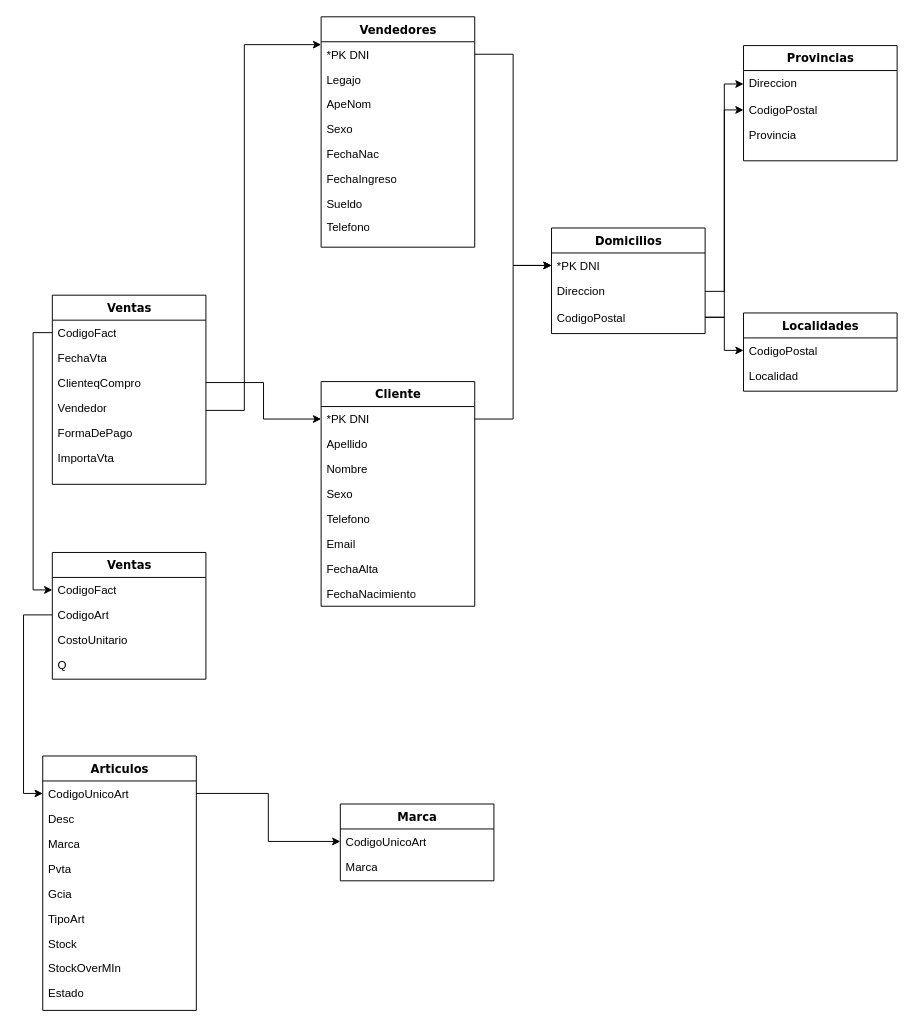
Before: Diagram TP1A V3.drawio in MATUKE23/LABIII, a draw.io diagram. Source tidied: cells renumbered, new cells numbered last; positions are measured from the earlier drawing's top-left corner, leaving out a move shared by most shapes. Both pictures are drawn from the tidied source at 96%, with x=0, y=0 at pixel (42, 16).
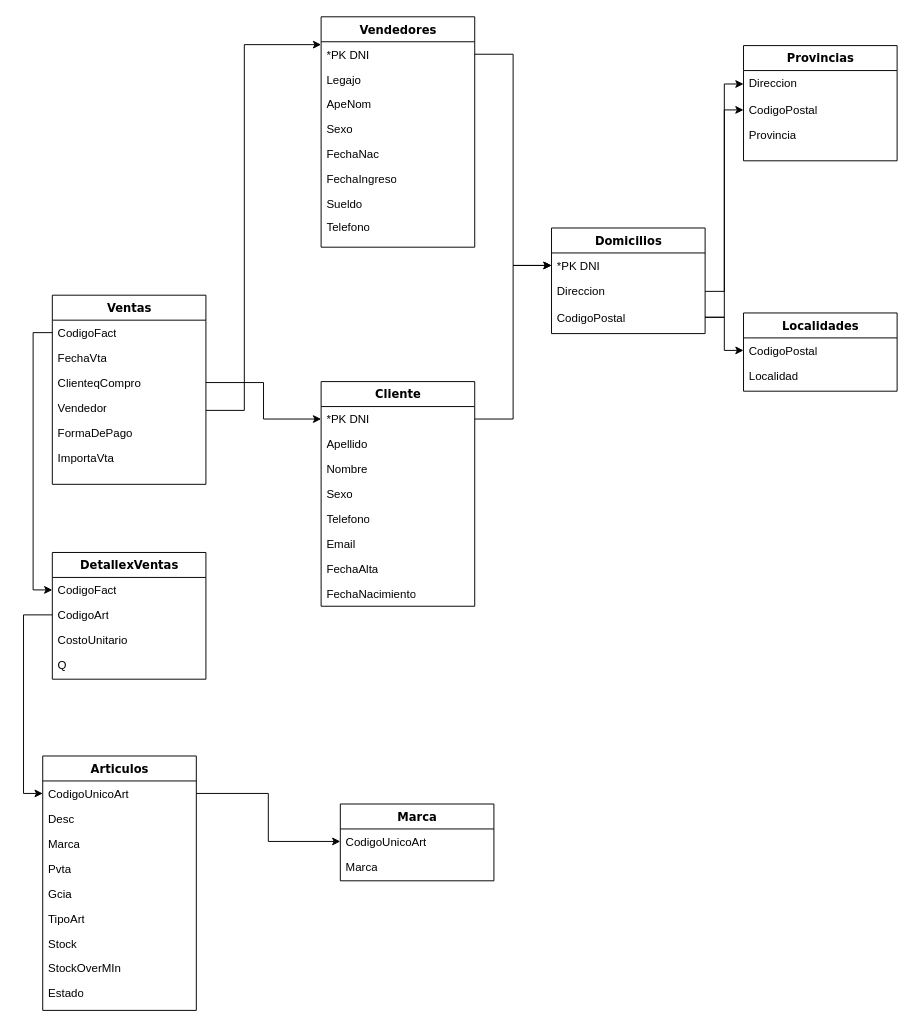
The same page after the edit.

Change to the diagram source:
```diff
@@
-    <mxCell id="37" value="Ventas" style="swimlane;html=1;fontStyle=1;align=center;verticalAlign=top;horizontal=1;startSize=26;swimlaneFillColor=#ffffff;rounded=0;shadow=0;comic=0;labelBackgroundColor=none;strokeWidth=1;fillColor=none;fontFamily=Verdana;fontSize=12;" parent="1" vertex="1">
+    <mxCell id="37" value="DetallexVentas" style="swimlane;html=1;fontStyle=1;align=center;verticalAlign=top;horizontal=1;startSize=26;swimlaneFillColor=#ffffff;rounded=0;shadow=0;comic=0;labelBackgroundColor=none;strokeWidth=1;fillColor=none;fontFamily=Verdana;fontSize=12;" parent="1" vertex="1">
       <mxGeometry x="10" y="558" width="160" height="132" as="geometry" />
     </mxCell>
```
